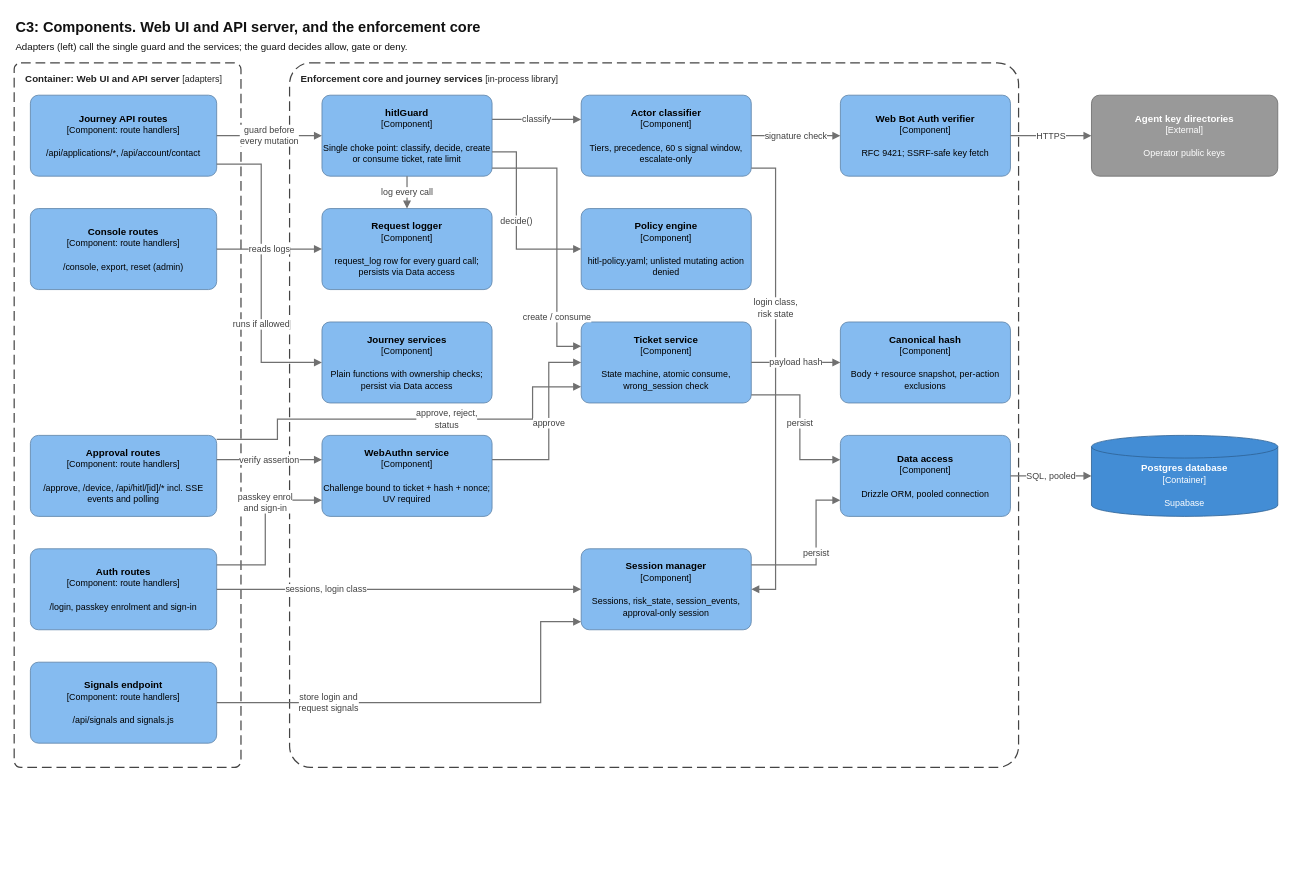
Before: page "C3 Components: Web API + core" (3 of 6) of docs/ArchitectureDiagram.drawio in WilsonWordsofWisdom/systemsideHITL, a draw.io diagram. Source tidied: cells renumbered, new cells numbered last; positions are measured from the earlier drawing's top-left corner, leaving out a move shared by most shapes. Both pictures are drawn from the tidied source at 81%, with x=0, y=0 at pixel (14, 14).
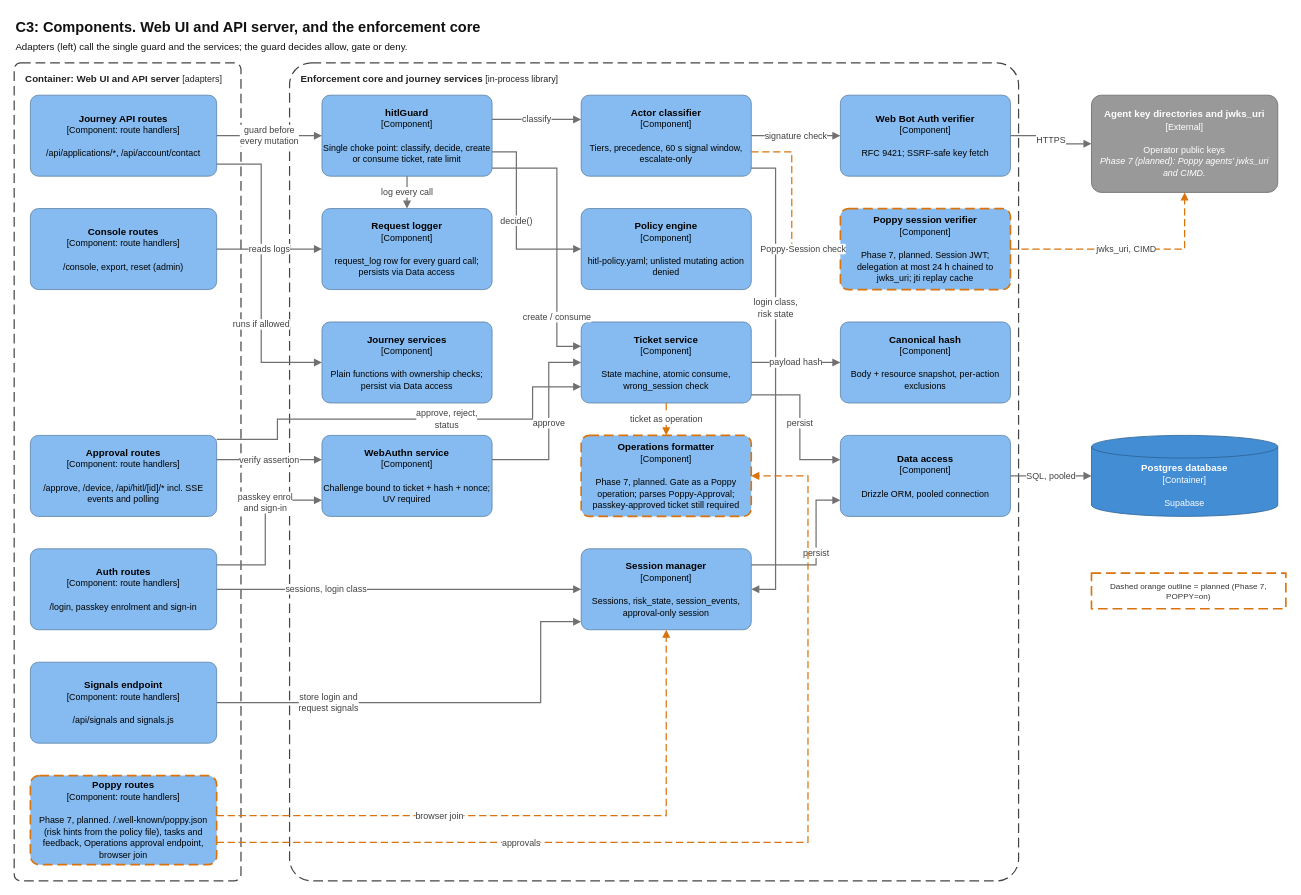
Above is the later version.

Commit message (it also covers changes not shown here):
C4 diagrams: Phase 7 Poppy adapter (planned) and deployment fixes

The change refers to these unchanged cells:
```xml
<mxCell id="14" value="&lt;b&gt;Actor classifier&lt;/b&gt;&lt;br&gt;&lt;span style='font-size:11px'&gt;[Component]&lt;/span&gt;&lt;br&gt;&lt;br&gt;&lt;span style='font-size:11px'&gt;Tiers, precedence, 60 s signal window, escalate-only&lt;/span&gt;" style="whiteSpace=wrap;html=1;fontSize=12;align=center;verticalAlign=middle;rounded=1;arcSize=10;fillColor=#85BBF0;strokeColor=#5D82A8;fontColor=#000000;" parent="1" vertex="1">
  <mxGeometry x="700" y="100" width="210" height="100" as="geometry" />
</mxCell>
<mxCell id="16" value="&lt;b&gt;Ticket service&lt;/b&gt;&lt;br&gt;&lt;span style='font-size:11px'&gt;[Component]&lt;/span&gt;&lt;br&gt;&lt;br&gt;&lt;span style='font-size:11px'&gt;State machine, atomic consume, wrong_session check&lt;/span&gt;" style="whiteSpace=wrap;html=1;fontSize=12;align=center;verticalAlign=middle;rounded=1;arcSize=10;fillColor=#85BBF0;strokeColor=#5D82A8;fontColor=#000000;" parent="1" vertex="1">
  <mxGeometry x="700" y="380" width="210" height="100" as="geometry" />
</mxCell>
<mxCell id="17" value="&lt;b&gt;Session manager&lt;/b&gt;&lt;br&gt;&lt;span style='font-size:11px'&gt;[Component]&lt;/span&gt;&lt;br&gt;&lt;br&gt;&lt;span style='font-size:11px'&gt;Sessions, risk_state, session_events, approval-only session&lt;/span&gt;" style="whiteSpace=wrap;html=1;fontSize=12;align=center;verticalAlign=middle;rounded=1;arcSize=10;fillColor=#85BBF0;strokeColor=#5D82A8;fontColor=#000000;" parent="1" vertex="1">
  <mxGeometry x="700" y="660" width="210" height="100" as="geometry" />
</mxCell>
```

Change to the diagram source:
```diff
@@
     <mxCell id="3" value="&lt;b&gt;Container: Web UI and API server&lt;/b&gt; &lt;span style='font-size:11px'&gt;[adapters]&lt;/span&gt;" style="rounded=1;arcSize=3;whiteSpace=wrap;html=1;fillColor=none;dashed=1;dashPattern=8 4;strokeColor=#444444;strokeWidth=1.5;verticalAlign=top;align=left;spacingLeft=12;spacingTop=6;fontSize=12;fontColor=#222222;" parent="1" vertex="1">
-      <mxGeometry y="60" width="280" height="870" as="geometry" />
+      <mxGeometry y="60" width="280" height="1010" as="geometry" />
     </mxCell>
     <mxCell id="4" value="&lt;b&gt;Enforcement core and journey services&lt;/b&gt; &lt;span style='font-size:11px'&gt;[in-process library]&lt;/span&gt;" style="rounded=1;arcSize=3;whiteSpace=wrap;html=1;fillColor=none;dashed=1;dashPattern=8 4;strokeColor=#444444;strokeWidth=1.5;verticalAlign=top;align=left;spacingLeft=12;spacingTop=6;fontSize=12;fontColor=#222222;" parent="1" vertex="1">
-      <mxGeometry x="340" y="60" width="900" height="870" as="geometry" />
+      <mxGeometry x="340" y="60" width="900" height="1010" as="geometry" />
     </mxCell>
@@
-    <mxCell id="22" value="&lt;b&gt;Agent key directories&lt;/b&gt;&lt;br&gt;&lt;span style='font-size:11px'&gt;[External]&lt;/span&gt;&lt;br&gt;&lt;br&gt;&lt;span style='font-size:11px'&gt;Operator public keys&lt;/span&gt;" style="whiteSpace=wrap;html=1;fontSize=12;align=center;verticalAlign=middle;rounded=1;arcSize=10;fillColor=#999999;strokeColor=#6B6B6B;fontColor=#FFFFFF;" parent="1" vertex="1">
-      <mxGeometry x="1330" y="100" width="230" height="100" as="geometry" />
+    <mxCell id="22" value="&lt;b&gt;Agent key directories and jwks_uri&lt;/b&gt;&lt;br&gt;&lt;span style='font-size:11px'&gt;[External]&lt;/span&gt;&lt;br&gt;&lt;br&gt;&lt;span style='font-size:11px'&gt;Operator public keys&lt;/span&gt;&lt;br&gt;&lt;span style='font-size:11px'&gt;&lt;i&gt;Phase 7 (planned): Poppy agents' jwks_uri and CIMD.&lt;/i&gt;&lt;/span&gt;" style="whiteSpace=wrap;html=1;fontSize=12;align=center;verticalAlign=middle;rounded=1;arcSize=10;fillColor=#999999;strokeColor=#6B6B6B;fontColor=#FFFFFF;" parent="1" vertex="1">
+      <mxGeometry x="1330" y="100" width="230" height="120" as="geometry" />
     </mxCell>
@@
+    <mxCell id="43" value="&lt;b&gt;Poppy routes&lt;/b&gt;&lt;br&gt;&lt;span style='font-size:11px'&gt;[Component: route handlers]&lt;/span&gt;&lt;br&gt;&lt;br&gt;&lt;span style='font-size:11px'&gt;Phase 7, planned. /.well-known/poppy.json (risk hints from the policy file), tasks and feedback, Operations approval endpoint, browser join&lt;/span&gt;" style="whiteSpace=wrap;html=1;fontSize=12;align=center;verticalAlign=middle;rounded=1;arcSize=10;fillColor=#85BBF0;strokeColor=#D9730D;fontColor=#000000;strokeWidth=2;dashed=1;dashPattern=6 3;" parent="1" vertex="1">
+      <mxGeometry x="20" y="940" width="230" height="110" as="geometry" />
+    </mxCell>
+    <mxCell id="44" value="&lt;b&gt;Poppy session verifier&lt;/b&gt;&lt;br&gt;&lt;span style='font-size:11px'&gt;[Component]&lt;/span&gt;&lt;br&gt;&lt;br&gt;&lt;span style='font-size:11px'&gt;Phase 7, planned. Session JWT; delegation at most 24 h chained to jwks_uri; jti replay cache&lt;/span&gt;" style="whiteSpace=wrap;html=1;fontSize=12;align=center;verticalAlign=middle;rounded=1;arcSize=10;fillColor=#85BBF0;strokeColor=#D9730D;fontColor=#000000;strokeWidth=2;dashed=1;dashPattern=6 3;" parent="1" vertex="1">
+      <mxGeometry x="1020" y="240" width="210" height="100" as="geometry" />
+    </mxCell>
+    <mxCell id="45" value="&lt;b&gt;Operations formatter&lt;/b&gt;&lt;br&gt;&lt;span style='font-size:11px'&gt;[Component]&lt;/span&gt;&lt;br&gt;&lt;br&gt;&lt;span style='font-size:11px'&gt;Phase 7, planned. Gate as a Poppy operation; parses Poppy-Approval; passkey-approved ticket still required&lt;/span&gt;" style="whiteSpace=wrap;html=1;fontSize=12;align=center;verticalAlign=middle;rounded=1;arcSize=10;fillColor=#85BBF0;strokeColor=#D9730D;fontColor=#000000;strokeWidth=2;dashed=1;dashPattern=6 3;" parent="1" vertex="1">
+      <mxGeometry x="700" y="520" width="210" height="100" as="geometry" />
+    </mxCell>
+    <mxCell id="46" value="Poppy-Session check" style="edgeStyle=orthogonalEdgeStyle;rounded=0;jettySize=auto;html=1;endArrow=block;endFill=1;strokeColor=#D9730D;strokeWidth=1.5;fontSize=11;fontColor=#404040;labelBackgroundColor=#FFFFFF;dashed=1;dashPattern=6 3;exitX=1;exitY=0.7;exitDx=0;exitDy=0;entryX=0;entryY=0.5;entryDx=0;entryDy=0;" parent="1" edge="1" source="14" target="44">
+      <mxGeometry x="0.6" relative="1" as="geometry">
+        <Array as="points">
+          <mxPoint x="960" y="170" />
+          <mxPoint x="960" y="290" />
+        </Array>
+      </mxGeometry>
+    </mxCell>
+    <mxCell id="47" value="jwks_uri, CIMD" style="edgeStyle=orthogonalEdgeStyle;rounded=0;jettySize=auto;html=1;endArrow=block;endFill=1;strokeColor=#D9730D;strokeWidth=1.5;fontSize=11;fontColor=#404040;labelBackgroundColor=#FFFFFF;dashed=1;dashPattern=6 3;exitX=1;exitY=0.5;exitDx=0;exitDy=0;entryX=0.5;entryY=1;entryDx=0;entryDy=0;" parent="1" edge="1" source="44" target="22">
+      <mxGeometry relative="1" as="geometry">
+        <Array as="points">
+          <mxPoint x="1445" y="290" />
+        </Array>
+      </mxGeometry>
+    </mxCell>
+    <mxCell id="48" value="ticket as operation" style="edgeStyle=orthogonalEdgeStyle;rounded=0;jettySize=auto;html=1;endArrow=block;endFill=1;strokeColor=#D9730D;strokeWidth=1.5;fontSize=11;fontColor=#404040;labelBackgroundColor=#FFFFFF;dashed=1;dashPattern=6 3;exitX=0.5;exitY=1;exitDx=0;exitDy=0;entryX=0.5;entryY=0;entryDx=0;entryDy=0;" parent="1" edge="1" source="16" target="45">
+      <mxGeometry relative="1" as="geometry" />
+    </mxCell>
+    <mxCell id="49" value="browser join" style="edgeStyle=orthogonalEdgeStyle;rounded=0;jettySize=auto;html=1;endArrow=block;endFill=1;strokeColor=#D9730D;strokeWidth=1.5;fontSize=11;fontColor=#404040;labelBackgroundColor=#FFFFFF;dashed=1;dashPattern=6 3;exitX=1;exitY=0.45;exitDx=0;exitDy=0;entryX=0.5;entryY=1;entryDx=0;entryDy=0;" parent="1" edge="1" source="43" target="17">
+      <mxGeometry x="-0.3" relative="1" as="geometry">
+        <Array as="points">
+          <mxPoint x="805" y="989.5" />
+        </Array>
+      </mxGeometry>
+    </mxCell>
+    <mxCell id="50" value="approvals" style="edgeStyle=orthogonalEdgeStyle;rounded=0;jettySize=auto;html=1;endArrow=block;endFill=1;strokeColor=#D9730D;strokeWidth=1.5;fontSize=11;fontColor=#404040;labelBackgroundColor=#FFFFFF;dashed=1;dashPattern=6 3;exitX=1;exitY=0.75;exitDx=0;exitDy=0;entryX=1;entryY=0.5;entryDx=0;entryDy=0;" parent="1" edge="1" source="43" target="45">
+      <mxGeometry x="-0.4" relative="1" as="geometry">
+        <Array as="points">
+          <mxPoint x="980" y="1022.5" />
+          <mxPoint x="980" y="570" />
+        </Array>
+      </mxGeometry>
+    </mxCell>
+    <mxCell id="51" value="Dashed orange outline = planned (Phase 7, POPPY=on)" style="text;html=1;strokeColor=#D9730D;fillColor=#FFFFFF;align=center;verticalAlign=middle;fontSize=10;fontColor=#333333;whiteSpace=wrap;strokeWidth=2;dashed=1;dashPattern=6 3;" parent="1" vertex="1">
+      <mxGeometry x="1330" y="690" width="240" height="44" as="geometry" />
+    </mxCell>
```
